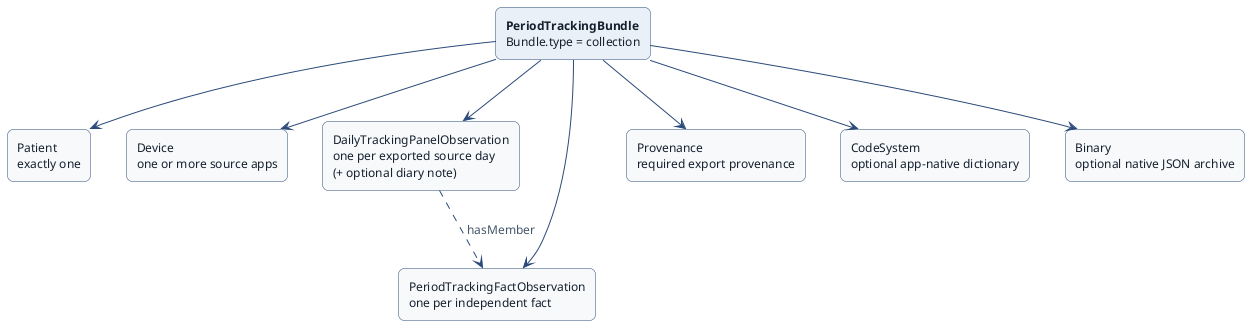
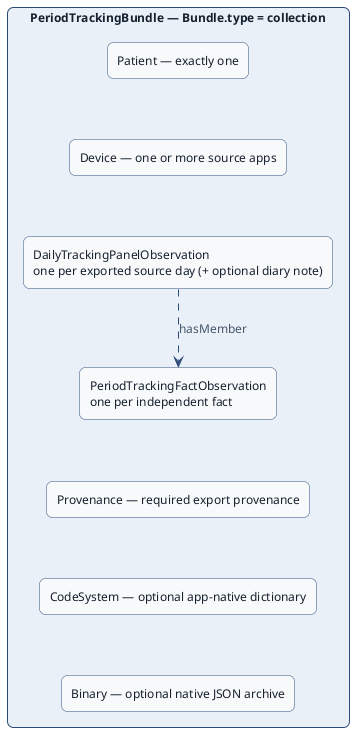
@startuml
skinparam shadowing false
skinparam defaultFontName Helvetica
skinparam defaultFontSize 12
skinparam ArrowColor #2B4A7A
skinparam ArrowFontColor #46566A
skinparam rectangle {
  BackgroundColor #F7F9FB
  BorderColor #2B4A7A
  FontColor #15202E
  roundCorner 12
}
- rectangle "**PeriodTrackingBundle**\nBundle.type = collection" as Bundle #EAF0F7
- rectangle "Patient\nexactly one" as Pat
- rectangle "Device\none or more source apps" as Dev
- rectangle "DailyTrackingPanelObservation\none per exported source day\n(+ optional diary note)" as Panel
- rectangle "PeriodTrackingFactObservation\none per independent fact" as Fact
- rectangle "Provenance\nrequired export provenance" as Prov
- rectangle "CodeSystem\noptional app-native dictionary" as CS
- rectangle "Binary\noptional native JSON archive" as Bin
- Bundle --> Pat
- Bundle --> Dev
- Bundle --> Panel
- Bundle --> Fact
- Bundle --> Prov
- Bundle --> CS
- Bundle --> Bin
- Panel ..> Fact : hasMember
+ rectangle "**PeriodTrackingBundle** — Bundle.type = collection" as Bundle #EAF0F7 {
+   rectangle "Patient — exactly one" as Pat
+   rectangle "Device — one or more source apps" as Dev
+   rectangle "DailyTrackingPanelObservation\none per exported source day (+ optional diary note)" as Panel
+   rectangle "PeriodTrackingFactObservation\none per independent fact" as Fact
+   rectangle "Provenance — required export provenance" as Prov
+   rectangle "CodeSystem — optional app-native dictionary" as CS
+   rectangle "Binary — optional native JSON archive" as Bin
+   Pat -[hidden]down- Dev
+   Dev -[hidden]down- Panel
+   Panel ..> Fact : hasMember
+   Fact -[hidden]down- Prov
+   Prov -[hidden]down- CS
+   CS -[hidden]down- Bin
+ }
@enduml
